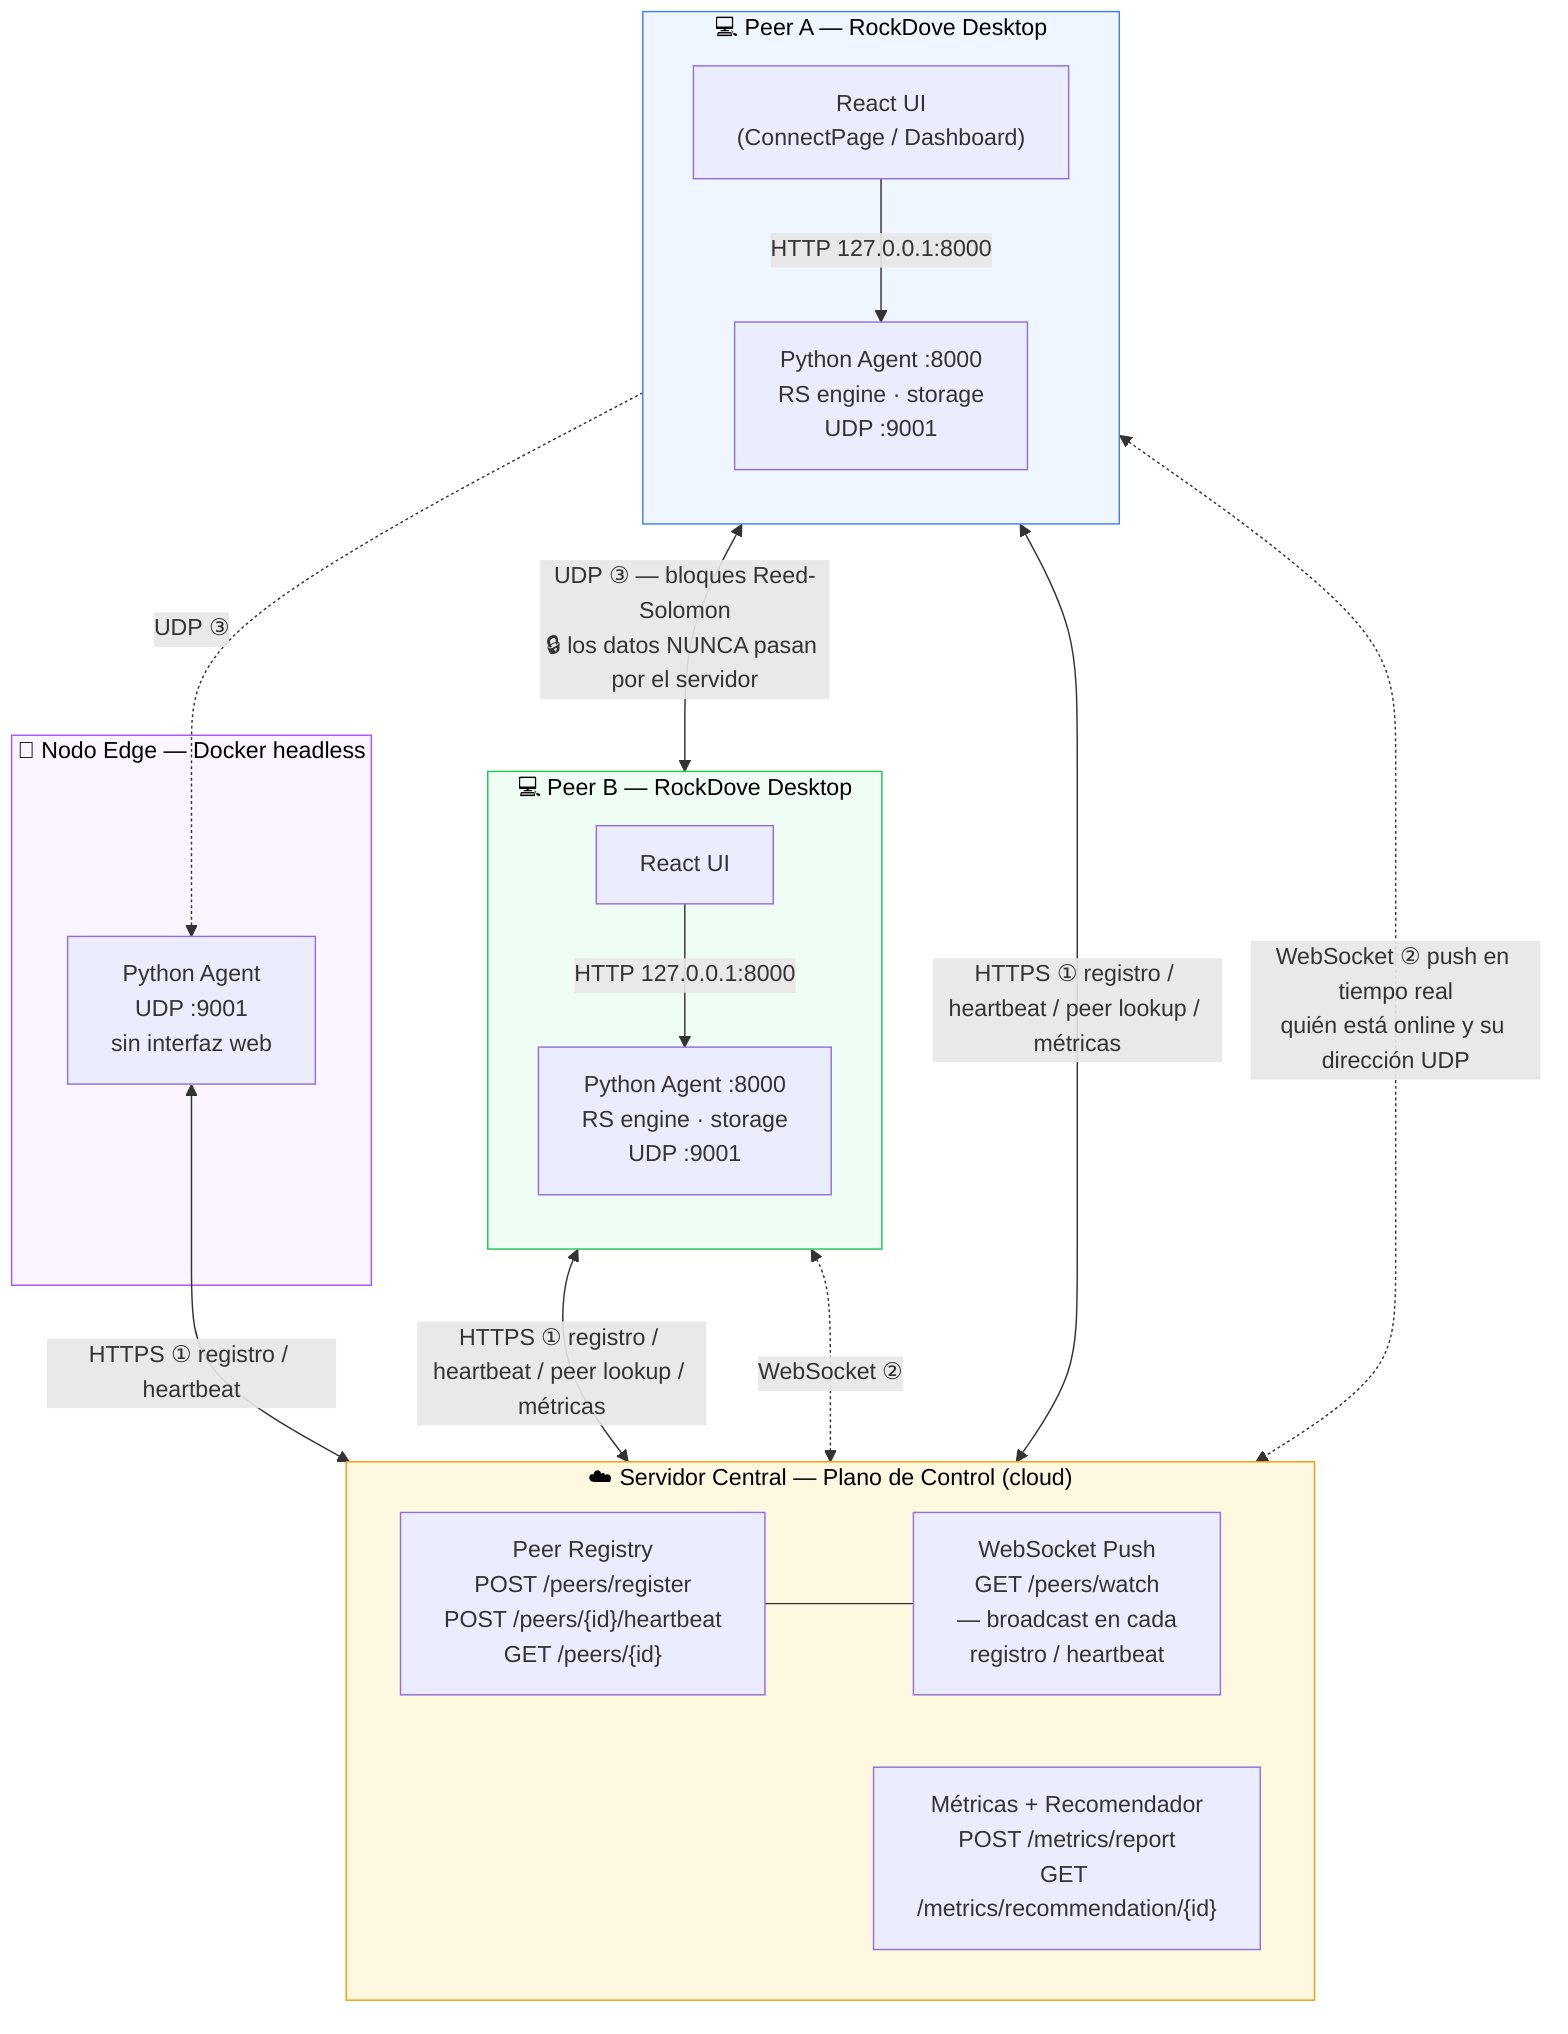
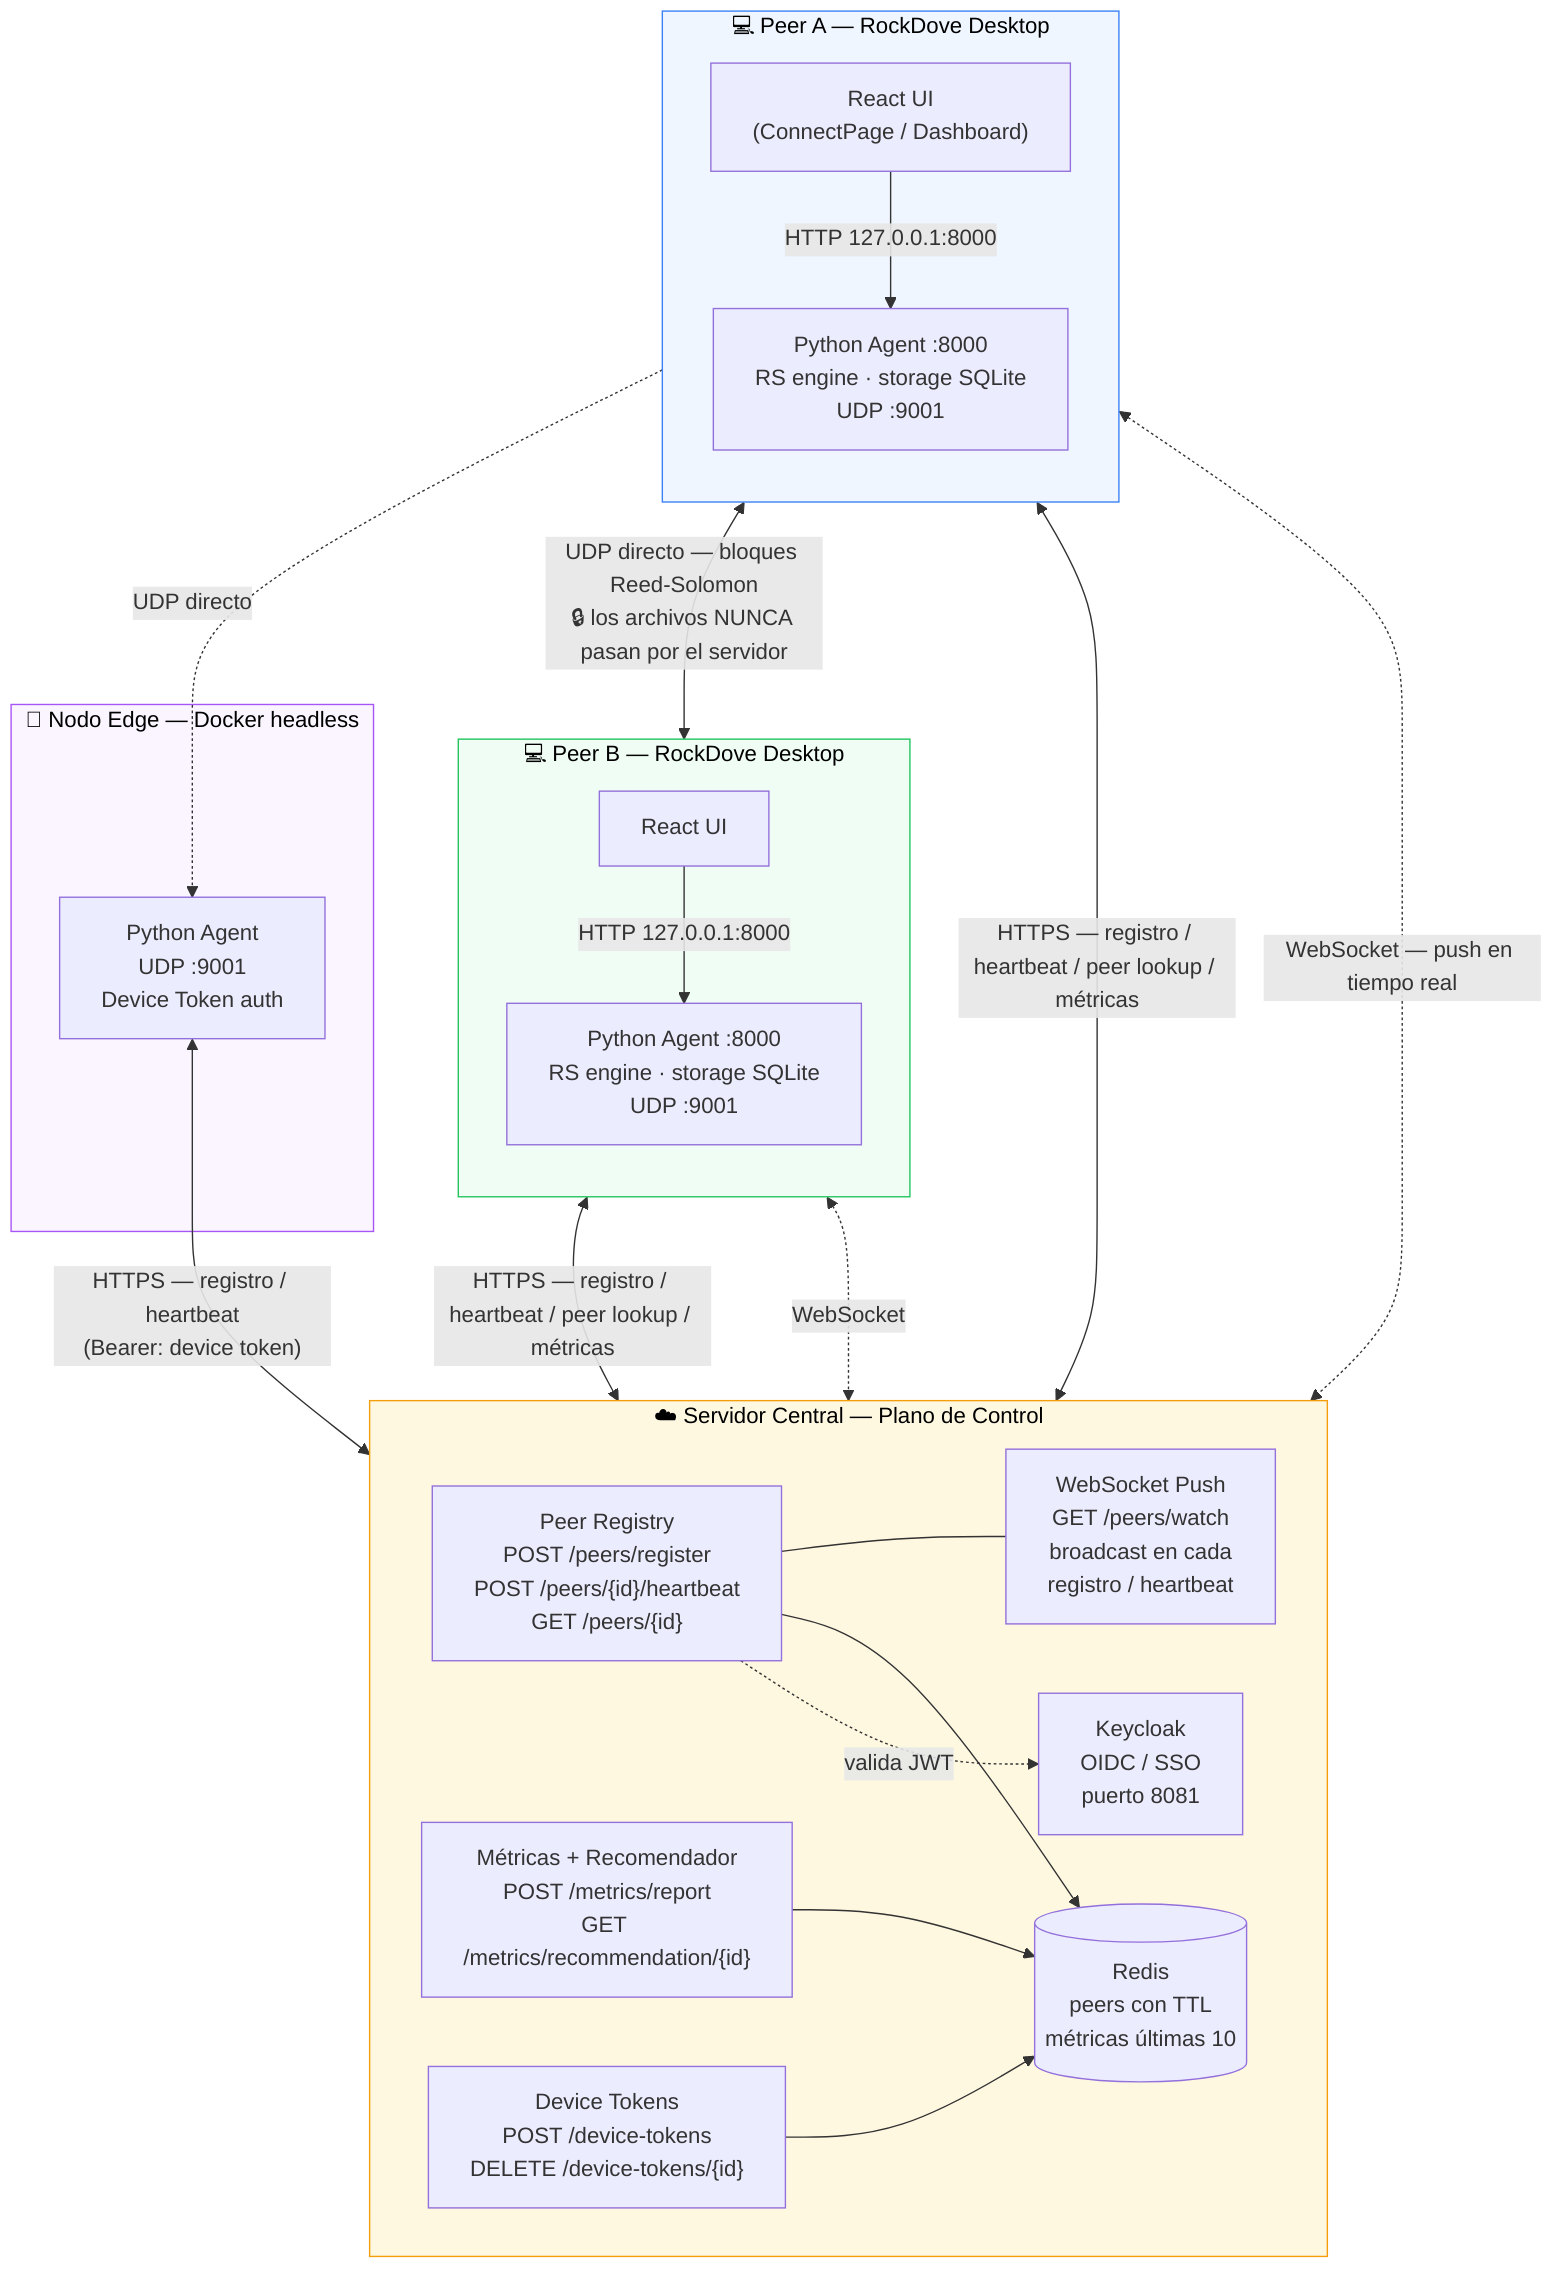
graph TB
-   subgraph cloud["☁️ Servidor Central — Plano de Control (cloud)"]
+   subgraph cloud["☁️ Servidor Central — Plano de Control"]
    direction LR
    PR["Peer Registry\nPOST /peers/register\nPOST /peers/{id}/heartbeat\nGET /peers/{id}"]
-     WS["WebSocket Push\nGET /peers/watch\n— broadcast en cada\nregistro / heartbeat"]
+     WS["WebSocket Push\nGET /peers/watch\nbroadcast en cada\nregistro / heartbeat"]
    MR["Métricas + Recomendador\nPOST /metrics/report\nGET /metrics/recommendation/{id}"]
+     DT["Device Tokens\nPOST /device-tokens\nDELETE /device-tokens/{id}"]
+     KC["Keycloak\nOIDC / SSO\npuerto 8081"]
+     RD[("Redis\npeers con TTL\nmétricas últimas 10")]
    PR --- WS
+     PR --> RD
+     MR --> RD
+     DT --> RD
+     PR -.->|"valida JWT"| KC
  end

  subgraph peerA["💻 Peer A — RockDove Desktop"]
    direction TB
    UIA["React UI\n(ConnectPage / Dashboard)"]
-     AgentA["Python Agent :8000\nRS engine · storage\nUDP :9001"]
+     AgentA["Python Agent :8000\nRS engine · storage SQLite\nUDP :9001"]
    UIA -->|"HTTP 127.0.0.1:8000"| AgentA
  end

  subgraph peerB["💻 Peer B — RockDove Desktop"]
    direction TB
    UIB["React UI"]
-     AgentB["Python Agent :8000\nRS engine · storage\nUDP :9001"]
+     AgentB["Python Agent :8000\nRS engine · storage SQLite\nUDP :9001"]
    UIB -->|"HTTP 127.0.0.1:8000"| AgentB
  end

  subgraph edge["🔧 Nodo Edge — Docker headless"]
-     AgentE["Python Agent\nUDP :9001\nsin interfaz web"]
+     AgentE["Python Agent\nUDP :9001\nDevice Token auth"]
  end

-   AgentA <-->|"HTTPS ① registro / heartbeat / peer lookup / métricas"| PR
-   AgentB <-->|"HTTPS ① registro / heartbeat / peer lookup / métricas"| PR
-   AgentE <-->|"HTTPS ① registro / heartbeat"| PR
+   AgentA <-->|"HTTPS — registro / heartbeat / peer lookup / métricas"| PR
+   AgentB <-->|"HTTPS — registro / heartbeat / peer lookup / métricas"| PR
+   AgentE <-->|"HTTPS — registro / heartbeat\n(Bearer: device token)"| PR

-   UIA <-.->|"WebSocket ② push en tiempo real\nquién está online y su dirección UDP"| WS
-   UIB <-.->|"WebSocket ②"| WS
+   UIA <-.->|"WebSocket — push en tiempo real"| WS
+   UIB <-.->|"WebSocket"| WS

-   AgentA <-->|"UDP ③ — bloques Reed-Solomon\n🔒 los datos NUNCA pasan por el servidor"| AgentB
-   AgentA -.->|"UDP ③"| AgentE
+   AgentA <-->|"UDP directo — bloques Reed-Solomon\n🔒 los archivos NUNCA pasan por el servidor"| AgentB
+   AgentA -.->|"UDP directo"| AgentE

  style cloud fill:#fff8e1,stroke:#f59e0b,color:#000
  style peerA fill:#eff6ff,stroke:#3b82f6,color:#000
  style peerB fill:#f0fdf4,stroke:#22c55e,color:#000
  style edge fill:#faf5ff,stroke:#a855f7,color:#000
